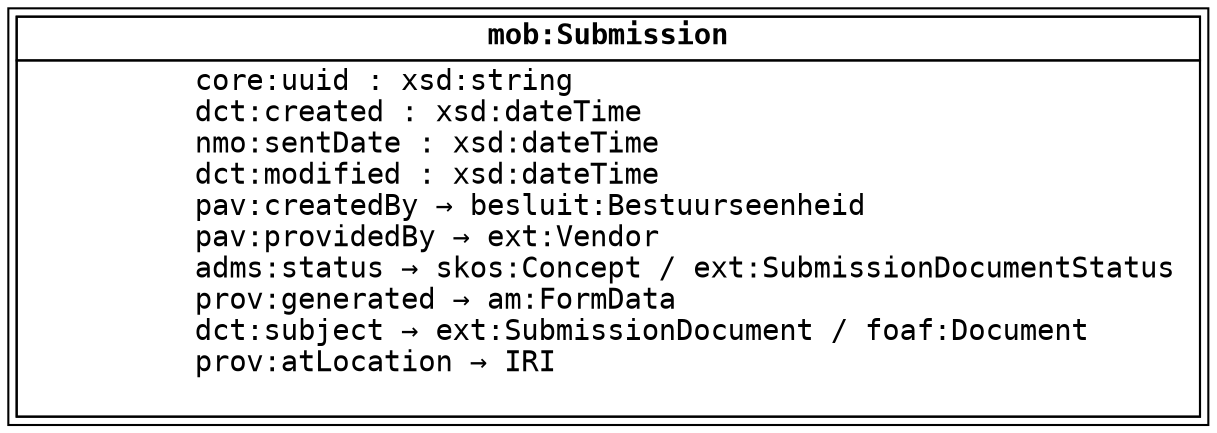
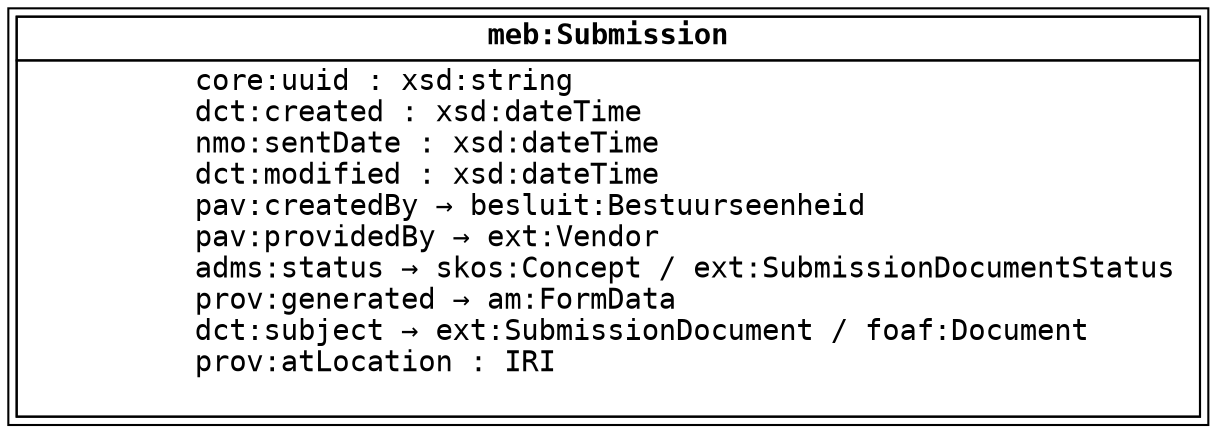
digraph SubmissionData {
  node [shape="box", peripheries=2, margin=0, fontname="Monospace"];
  edge [fontname="Monospace"]
  rankdir="LR"

  Submission [label=<
    <table border="0" cellspacing="0" cellborder="1">
      <tr>
-         <td><b>mob:Submission</b></td>
+         <td><b>meb:Submission</b></td>
      </tr>
      <tr>
        <td balign="left">
          core:uuid : xsd:string <br/>
          dct:created : xsd:dateTime <br/>
          nmo:sentDate : xsd:dateTime <br/>
          dct:modified : xsd:dateTime <br/>
          pav:createdBy → besluit:Bestuurseenheid <br/>
          pav:providedBy → ext:Vendor <br/>
          adms:status → skos:Concept / ext:SubmissionDocumentStatus <br/>
          prov:generated → am:FormData <br />
          dct:subject → ext:SubmissionDocument / foaf:Document <br />
-           prov:atLocation → IRI <br />
+           prov:atLocation : IRI <br />
        </td>
      </tr>
    </table>
  >];
}
